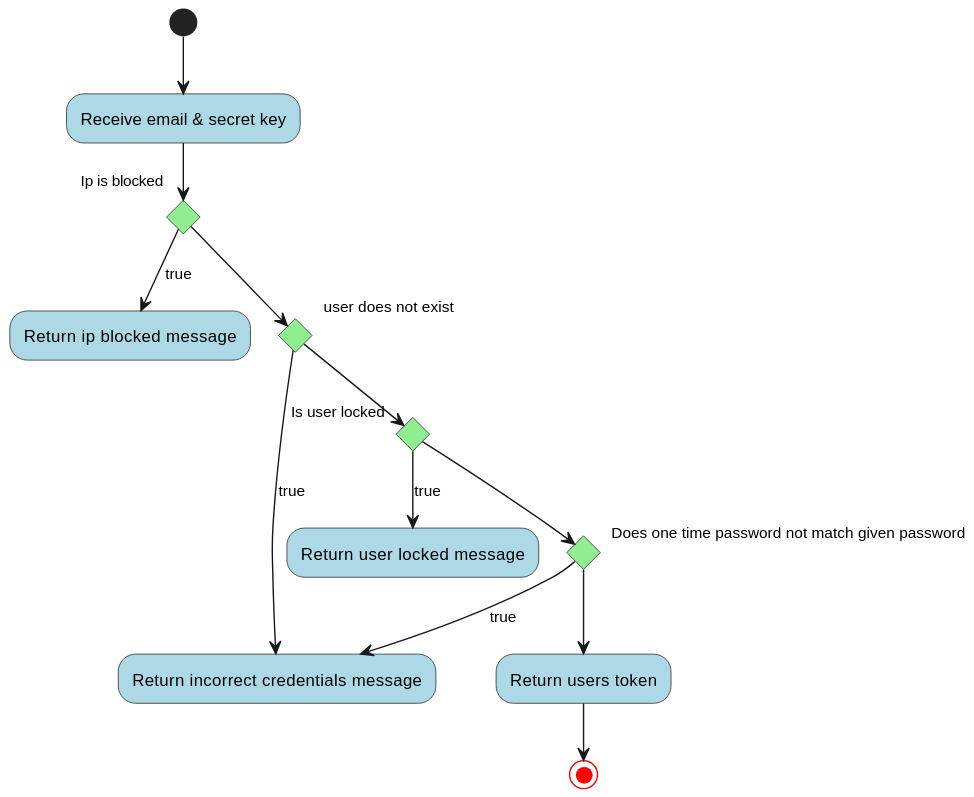
Earlier version of the PlantUML export Docs/out/FlowCharts/VerifyNewLoginLocationFlowChart/Verify new login location.svg (blackout1471/trust-us-school). Source of this version:
```plantuml
@startuml Verify new login location

skinparam activity {
    BackgroundColor lightblue

    StartColor green
    EndColor red

    diamondBackgroundColor lightgreen
}


(*) --> "Receive email & secret key"

if "Ip is blocked" then
	-->[true] "Return ip blocked message"
else
	if "user does not exist" then
		-->[true] "Return incorrect credentials message"
	else
		if "Is user locked" then
			-->[true] "Return user locked message"
		else
			if "Does one time password not match given password" then
				-->[true] "Return incorrect credentials message"
			else
				-->"Return users token"
			end if
		end if
	end if
end if

-->(*)

@enduml
```
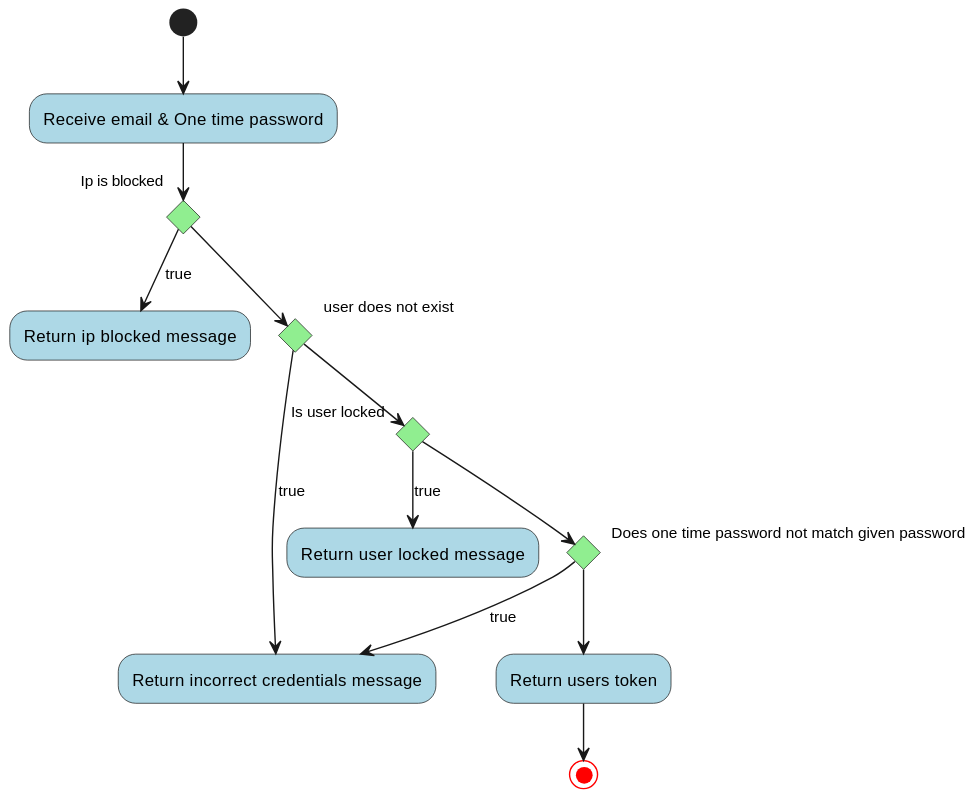
Above is the later version.

Change to the diagram source:
```diff
@@ -10,7 +10,7 @@
 }
 
 
-(*) --> "Receive email & secret key"
+(*) --> "Receive email & One time password"
 
 if "Ip is blocked" then
 	-->[true] "Return ip blocked message"
```
